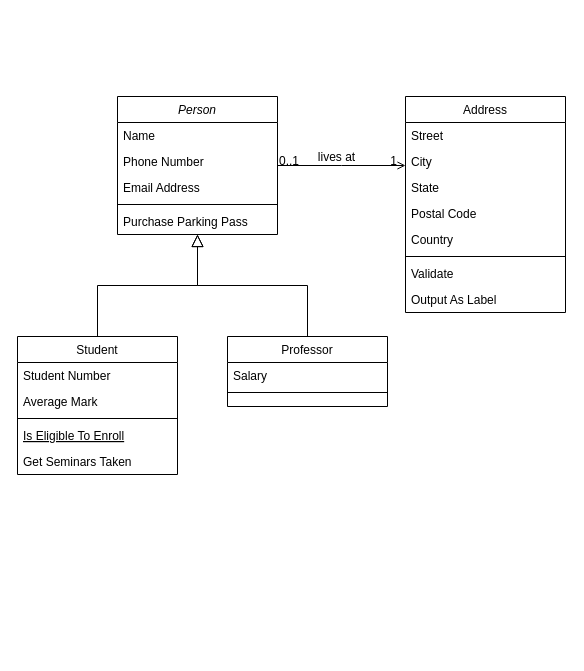
Before: Diagrama sem nome.drawio in kanzodotjava/StandMngmt, a draw.io diagram. Source tidied: cells renumbered, new cells numbered last; positions are measured from the earlier drawing's top-left corner, leaving out a move shared by most shapes. Both pictures are drawn from the tidied source at 100%, with x=0, y=0 at pixel (17, 96).
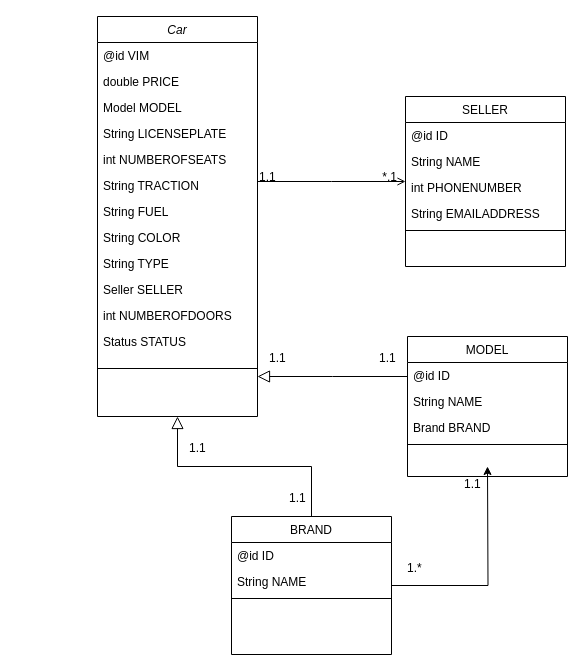
Above is the later version.

The change refers to these unchanged cells:
```xml
<mxCell id="28" style="endArrow=open;shadow=0;strokeWidth=1;rounded=0;endFill=1;edgeStyle=elbowEdgeStyle;elbow=vertical;" parent="1" edge="1" source="2" target="19">
  <mxGeometry x="0.5" y="41" relative="1" as="geometry">
    <mxPoint x="-40" y="32" as="offset" />
  </mxGeometry>
</mxCell>
```

The edit, as a diff of the source:
```diff
@@
-    <mxCell id="2" value="Person" style="swimlane;fontStyle=2;align=center;verticalAlign=top;horizontal=1;startSize=26;rounded=0;shadow=0;strokeWidth=1;" parent="1" vertex="1">
-      <mxGeometry x="100" width="160" height="138" as="geometry" />
+    <mxCell id="2" value="Car" style="swimlane;fontStyle=2;align=center;verticalAlign=top;horizontal=1;startSize=26;rounded=0;shadow=0;strokeWidth=1;" parent="1" vertex="1">
+      <mxGeometry x="80" y="-80" width="160" height="400" as="geometry" />
     </mxCell>
-    <mxCell id="3" value="Name" style="text;align=left;verticalAlign=top;spacingLeft=4;spacingRight=4;overflow=hidden;" parent="2" vertex="1">
+    <mxCell id="3" value="@id VIM" style="text;align=left;verticalAlign=top;spacingLeft=4;spacingRight=4;overflow=hidden;" parent="2" vertex="1">
       <mxGeometry y="26" width="160" height="26" as="geometry" />
     </mxCell>
-    <mxCell id="4" value="Phone Number" style="text;align=left;verticalAlign=top;spacingLeft=4;spacingRight=4;overflow=hidden;rounded=0;shadow=0;html=0;" parent="2" vertex="1">
+    <mxCell id="4" value="double PRICE" style="text;align=left;verticalAlign=top;spacingLeft=4;spacingRight=4;overflow=hidden;rounded=0;shadow=0;html=0;" parent="2" vertex="1">
       <mxGeometry y="52" width="160" height="26" as="geometry" />
     </mxCell>
-    <mxCell id="5" value="Email Address" style="text;align=left;verticalAlign=top;spacingLeft=4;spacingRight=4;overflow=hidden;rounded=0;shadow=0;html=0;" parent="2" vertex="1">
+    <mxCell id="5" value="Model MODEL" style="text;align=left;verticalAlign=top;spacingLeft=4;spacingRight=4;overflow=hidden;rounded=0;shadow=0;html=0;" parent="2" vertex="1">
       <mxGeometry y="78" width="160" height="26" as="geometry" />
     </mxCell>
+    <mxCell id="7" value="String LICENSEPLATE" style="text;align=left;verticalAlign=top;spacingLeft=4;spacingRight=4;overflow=hidden;" parent="2" vertex="1">
+      <mxGeometry y="104" width="160" height="26" as="geometry" />
+    </mxCell>
+    <mxCell id="32" value="int NUMBEROFSEATS" style="text;align=left;verticalAlign=top;spacingLeft=4;spacingRight=4;overflow=hidden;" parent="2" vertex="1">
+      <mxGeometry y="130" width="160" height="26" as="geometry" />
+    </mxCell>
+    <mxCell id="33" value="String TRACTION" style="text;align=left;verticalAlign=top;spacingLeft=4;spacingRight=4;overflow=hidden;" parent="2" vertex="1">
+      <mxGeometry y="156" width="160" height="26" as="geometry" />
+    </mxCell>
+    <mxCell id="34" value="String FUEL" style="text;align=left;verticalAlign=top;spacingLeft=4;spacingRight=4;overflow=hidden;" parent="2" vertex="1">
+      <mxGeometry y="182" width="160" height="26" as="geometry" />
+    </mxCell>
+    <mxCell id="35" value="String COLOR" style="text;align=left;verticalAlign=top;spacingLeft=4;spacingRight=4;overflow=hidden;" parent="2" vertex="1">
+      <mxGeometry y="208" width="160" height="26" as="geometry" />
+    </mxCell>
+    <mxCell id="36" value="String TYPE" style="text;align=left;verticalAlign=top;spacingLeft=4;spacingRight=4;overflow=hidden;" parent="2" vertex="1">
+      <mxGeometry y="234" width="160" height="26" as="geometry" />
+    </mxCell>
+    <mxCell id="37" value="Seller SELLER" style="text;align=left;verticalAlign=top;spacingLeft=4;spacingRight=4;overflow=hidden;" parent="2" vertex="1">
+      <mxGeometry y="260" width="160" height="26" as="geometry" />
+    </mxCell>
+    <mxCell id="38" value="int NUMBEROFDOORS" style="text;align=left;verticalAlign=top;spacingLeft=4;spacingRight=4;overflow=hidden;" parent="2" vertex="1">
+      <mxGeometry y="286" width="160" height="26" as="geometry" />
+    </mxCell>
+    <mxCell id="39" value="Status STATUS" style="text;align=left;verticalAlign=top;spacingLeft=4;spacingRight=4;overflow=hidden;" parent="2" vertex="1">
+      <mxGeometry y="312" width="160" height="26" as="geometry" />
+    </mxCell>
     <mxCell id="6" style="line;html=1;strokeWidth=1;align=left;verticalAlign=middle;spacingTop=-1;spacingLeft=3;spacingRight=3;labelPosition=right;" parent="2" vertex="1">
-      <mxGeometry y="104" width="160" height="8" as="geometry" />
+      <mxGeometry y="338" width="160" height="28" as="geometry" />
     </mxCell>
-    <mxCell id="7" value="Purchase Parking Pass" style="text;align=left;verticalAlign=top;spacingLeft=4;spacingRight=4;overflow=hidden;" parent="2" vertex="1">
-      <mxGeometry y="112" width="160" height="26" as="geometry" />
-    </mxCell>
+    <mxCell id="40" style="edgeStyle=orthogonalEdgeStyle;rounded=0;jettySize=auto;html=1;" parent="1" edge="1" source="8">
+      <mxGeometry relative="1" as="geometry">
+        <mxPoint x="470" y="370" as="targetPoint" />
+      </mxGeometry>
+    </mxCell>
-    <mxCell id="8" value="Student" style="swimlane;fontStyle=0;align=center;verticalAlign=top;horizontal=1;startSize=26;rounded=0;shadow=0;strokeWidth=1;" parent="1" vertex="1">
-      <mxGeometry y="240" width="160" height="138" as="geometry" />
+    <mxCell id="8" value="BRAND" style="swimlane;fontStyle=0;align=center;verticalAlign=top;horizontal=1;startSize=26;rounded=0;shadow=0;strokeWidth=1;" parent="1" vertex="1">
+      <mxGeometry x="214" y="420" width="160" height="138" as="geometry" />
     </mxCell>
-    <mxCell id="9" value="Student Number" style="text;align=left;verticalAlign=top;spacingLeft=4;spacingRight=4;overflow=hidden;" parent="8" vertex="1">
+    <mxCell id="9" value="@id ID" style="text;align=left;verticalAlign=top;spacingLeft=4;spacingRight=4;overflow=hidden;" parent="8" vertex="1">
       <mxGeometry y="26" width="160" height="26" as="geometry" />
     </mxCell>
-    <mxCell id="10" value="Average Mark" style="text;align=left;verticalAlign=top;spacingLeft=4;spacingRight=4;overflow=hidden;rounded=0;shadow=0;html=0;" parent="8" vertex="1">
+    <mxCell id="10" value="String NAME" style="text;align=left;verticalAlign=top;spacingLeft=4;spacingRight=4;overflow=hidden;rounded=0;shadow=0;html=0;" parent="8" vertex="1">
       <mxGeometry y="52" width="160" height="26" as="geometry" />
     </mxCell>
@@
-    <mxCell id="12" value="Is Eligible To Enroll" style="text;align=left;verticalAlign=top;spacingLeft=4;spacingRight=4;overflow=hidden;fontStyle=4;" parent="8" vertex="1">
-      <mxGeometry y="86" width="160" height="26" as="geometry" />
-    </mxCell>
-    <mxCell id="13" value="Get Seminars Taken" style="text;align=left;verticalAlign=top;spacingLeft=4;spacingRight=4;overflow=hidden;" parent="8" vertex="1">
-      <mxGeometry y="112" width="160" height="26" as="geometry" />
-    </mxCell>
@@
-    <mxCell id="15" value="Professor" style="swimlane;fontStyle=0;align=center;verticalAlign=top;horizontal=1;startSize=26;rounded=0;shadow=0;strokeWidth=1;" parent="1" vertex="1">
-      <mxGeometry x="210" y="240" width="160" height="70" as="geometry" />
+    <mxCell id="15" value="MODEL" style="swimlane;fontStyle=0;align=center;verticalAlign=top;horizontal=1;startSize=26;rounded=0;shadow=0;strokeWidth=1;" parent="1" vertex="1">
+      <mxGeometry x="390" y="240" width="160" height="140" as="geometry" />
     </mxCell>
-    <mxCell id="16" value="Salary" style="text;align=left;verticalAlign=top;spacingLeft=4;spacingRight=4;overflow=hidden;" parent="15" vertex="1">
+    <mxCell id="16" value="@id ID" style="text;align=left;verticalAlign=top;spacingLeft=4;spacingRight=4;overflow=hidden;" parent="15" vertex="1">
       <mxGeometry y="26" width="160" height="26" as="geometry" />
     </mxCell>
+    <mxCell id="41" value="String NAME" style="text;align=left;verticalAlign=top;spacingLeft=4;spacingRight=4;overflow=hidden;" parent="15" vertex="1">
+      <mxGeometry y="52" width="160" height="26" as="geometry" />
+    </mxCell>
+    <mxCell id="42" value="Brand BRAND" style="text;align=left;verticalAlign=top;spacingLeft=4;spacingRight=4;overflow=hidden;" parent="15" vertex="1">
+      <mxGeometry y="78" width="160" height="26" as="geometry" />
+    </mxCell>
     <mxCell id="17" style="line;html=1;strokeWidth=1;align=left;verticalAlign=middle;spacingTop=-1;spacingLeft=3;spacingRight=3;labelPosition=right;" parent="15" vertex="1">
-      <mxGeometry y="52" width="160" height="8" as="geometry" />
+      <mxGeometry y="104" width="160" height="8" as="geometry" />
     </mxCell>
@@
-    <mxCell id="19" value="Address" style="swimlane;fontStyle=0;align=center;verticalAlign=top;horizontal=1;startSize=26;rounded=0;shadow=0;strokeWidth=1;" parent="1" vertex="1">
-      <mxGeometry x="388" width="160" height="216" as="geometry" />
+    <mxCell id="19" value="SELLER" style="swimlane;fontStyle=0;align=center;verticalAlign=top;horizontal=1;startSize=26;rounded=0;shadow=0;strokeWidth=1;" parent="1" vertex="1">
+      <mxGeometry x="388" width="160" height="170" as="geometry" />
     </mxCell>
-    <mxCell id="20" value="Street" style="text;align=left;verticalAlign=top;spacingLeft=4;spacingRight=4;overflow=hidden;" parent="19" vertex="1">
+    <mxCell id="20" value="@id ID" style="text;align=left;verticalAlign=top;spacingLeft=4;spacingRight=4;overflow=hidden;" parent="19" vertex="1">
       <mxGeometry y="26" width="160" height="26" as="geometry" />
     </mxCell>
-    <mxCell id="21" value="City" style="text;align=left;verticalAlign=top;spacingLeft=4;spacingRight=4;overflow=hidden;rounded=0;shadow=0;html=0;" parent="19" vertex="1">
+    <mxCell id="21" value="String NAME" style="text;align=left;verticalAlign=top;spacingLeft=4;spacingRight=4;overflow=hidden;rounded=0;shadow=0;html=0;" parent="19" vertex="1">
       <mxGeometry y="52" width="160" height="26" as="geometry" />
     </mxCell>
-    <mxCell id="22" value="State" style="text;align=left;verticalAlign=top;spacingLeft=4;spacingRight=4;overflow=hidden;rounded=0;shadow=0;html=0;" parent="19" vertex="1">
+    <mxCell id="22" value="int PHONENUMBER" style="text;align=left;verticalAlign=top;spacingLeft=4;spacingRight=4;overflow=hidden;rounded=0;shadow=0;html=0;" parent="19" vertex="1">
       <mxGeometry y="78" width="160" height="26" as="geometry" />
     </mxCell>
-    <mxCell id="23" value="Postal Code" style="text;align=left;verticalAlign=top;spacingLeft=4;spacingRight=4;overflow=hidden;rounded=0;shadow=0;html=0;" parent="19" vertex="1">
+    <mxCell id="23" value="String EMAILADDRESS" style="text;align=left;verticalAlign=top;spacingLeft=4;spacingRight=4;overflow=hidden;rounded=0;shadow=0;html=0;" parent="19" vertex="1">
       <mxGeometry y="104" width="160" height="26" as="geometry" />
     </mxCell>
-    <mxCell id="24" value="Country" style="text;align=left;verticalAlign=top;spacingLeft=4;spacingRight=4;overflow=hidden;rounded=0;shadow=0;html=0;" parent="19" vertex="1">
-      <mxGeometry y="130" width="160" height="26" as="geometry" />
-    </mxCell>
     <mxCell id="25" style="line;html=1;strokeWidth=1;align=left;verticalAlign=middle;spacingTop=-1;spacingLeft=3;spacingRight=3;labelPosition=right;" parent="19" vertex="1">
-      <mxGeometry y="156" width="160" height="8" as="geometry" />
+      <mxGeometry y="130" width="160" height="8" as="geometry" />
     </mxCell>
-    <mxCell id="26" value="Validate" style="text;align=left;verticalAlign=top;spacingLeft=4;spacingRight=4;overflow=hidden;" parent="19" vertex="1">
-      <mxGeometry y="164" width="160" height="26" as="geometry" />
-    </mxCell>
-    <mxCell id="27" value="Output As Label" style="text;align=left;verticalAlign=top;spacingLeft=4;spacingRight=4;overflow=hidden;" parent="19" vertex="1">
-      <mxGeometry y="190" width="160" height="26" as="geometry" />
-    </mxCell>
@@
-    <mxCell id="29" value="0..1" style="align=left;verticalAlign=bottom;labelBackgroundColor=none;fontSize=12;" parent="28" vertex="1">
+    <mxCell id="29" value="1.1" style="align=left;verticalAlign=bottom;labelBackgroundColor=none;fontSize=12;" parent="28" vertex="1">
       <mxGeometry x="-1" relative="1" as="geometry">
         <mxPoint y="4" as="offset" />
       </mxGeometry>
     </mxCell>
-    <mxCell id="30" value="1" style="align=right;verticalAlign=bottom;labelBackgroundColor=none;fontSize=12;" parent="28" vertex="1">
+    <mxCell id="30" value="*.1" style="align=right;verticalAlign=bottom;labelBackgroundColor=none;fontSize=12;" parent="28" vertex="1">
       <mxGeometry x="1" relative="1" as="geometry">
         <mxPoint x="-7" y="4" as="offset" />
       </mxGeometry>
     </mxCell>
-    <mxCell id="31" value="lives at" style="text;html=1;align=center;verticalAlign=middle;labelBackgroundColor=none;rounded=0;shadow=0;strokeWidth=1;fontSize=12;" parent="28" vertex="1">
-      <mxGeometry x="0.5" y="49" relative="1" as="geometry">
-        <mxPoint x="-38" y="40" as="offset" />
-      </mxGeometry>
-    </mxCell>
+    <mxCell id="43" value="1.1" style="align=left;verticalAlign=bottom;labelBackgroundColor=none;fontSize=12;" parent="1" vertex="1">
+      <mxGeometry x="270" y="410" as="geometry" />
+    </mxCell>
+    <mxCell id="44" value="1.1" style="align=left;verticalAlign=bottom;labelBackgroundColor=none;fontSize=12;" parent="1" vertex="1">
+      <mxGeometry x="250" y="270" as="geometry" />
+    </mxCell>
+    <mxCell id="45" value="1.1" style="align=left;verticalAlign=bottom;labelBackgroundColor=none;fontSize=12;" parent="1" vertex="1">
+      <mxGeometry x="360" y="270" as="geometry" />
+    </mxCell>
+    <mxCell id="46" value="1.1" style="align=left;verticalAlign=bottom;labelBackgroundColor=none;fontSize=12;" parent="1" vertex="1">
+      <mxGeometry x="170" y="360" as="geometry" />
+    </mxCell>
+    <mxCell id="47" value="1.1" style="align=left;verticalAlign=bottom;labelBackgroundColor=none;fontSize=12;" parent="1" vertex="1">
+      <mxGeometry x="370" y="280" as="geometry">
+        <mxPoint x="75" y="116" as="offset" />
+      </mxGeometry>
+    </mxCell>
+    <mxCell id="48" value="1.*" style="align=left;verticalAlign=bottom;labelBackgroundColor=none;fontSize=12;" parent="1" vertex="1">
+      <mxGeometry x="388" y="480" as="geometry" />
+    </mxCell>
```
